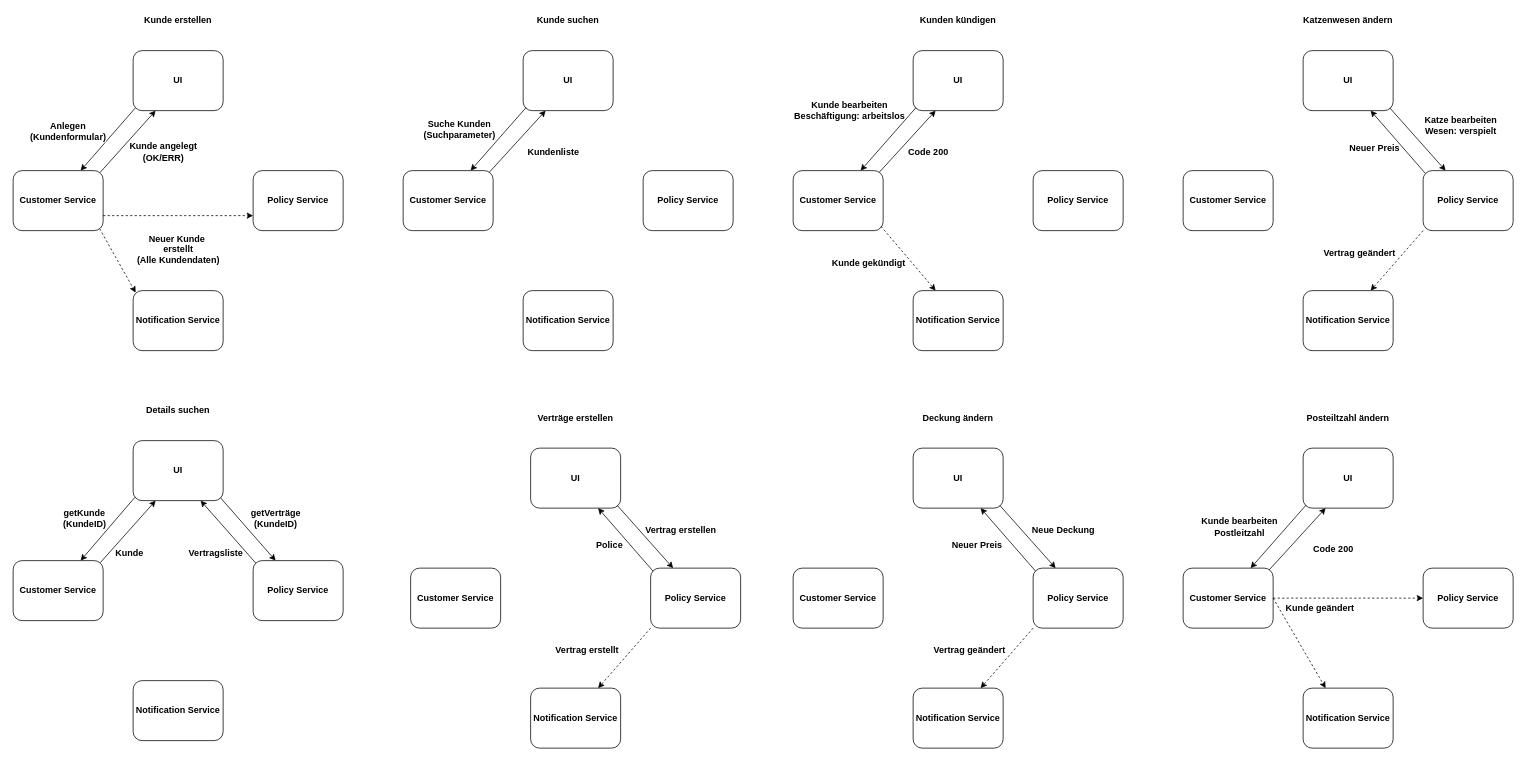
Earlier version of the draw.io diagram EDA/EDA_Ablauf.drawio (danieland2606/Bachelorprojekt). Source tidied: cells renumbered, new cells numbered last; positions are measured from the earlier drawing's top-left corner, leaving out a move shared by most shapes. Both pictures are drawn from the tidied source at 75%, with x=0, y=0 at pixel (13, 13).
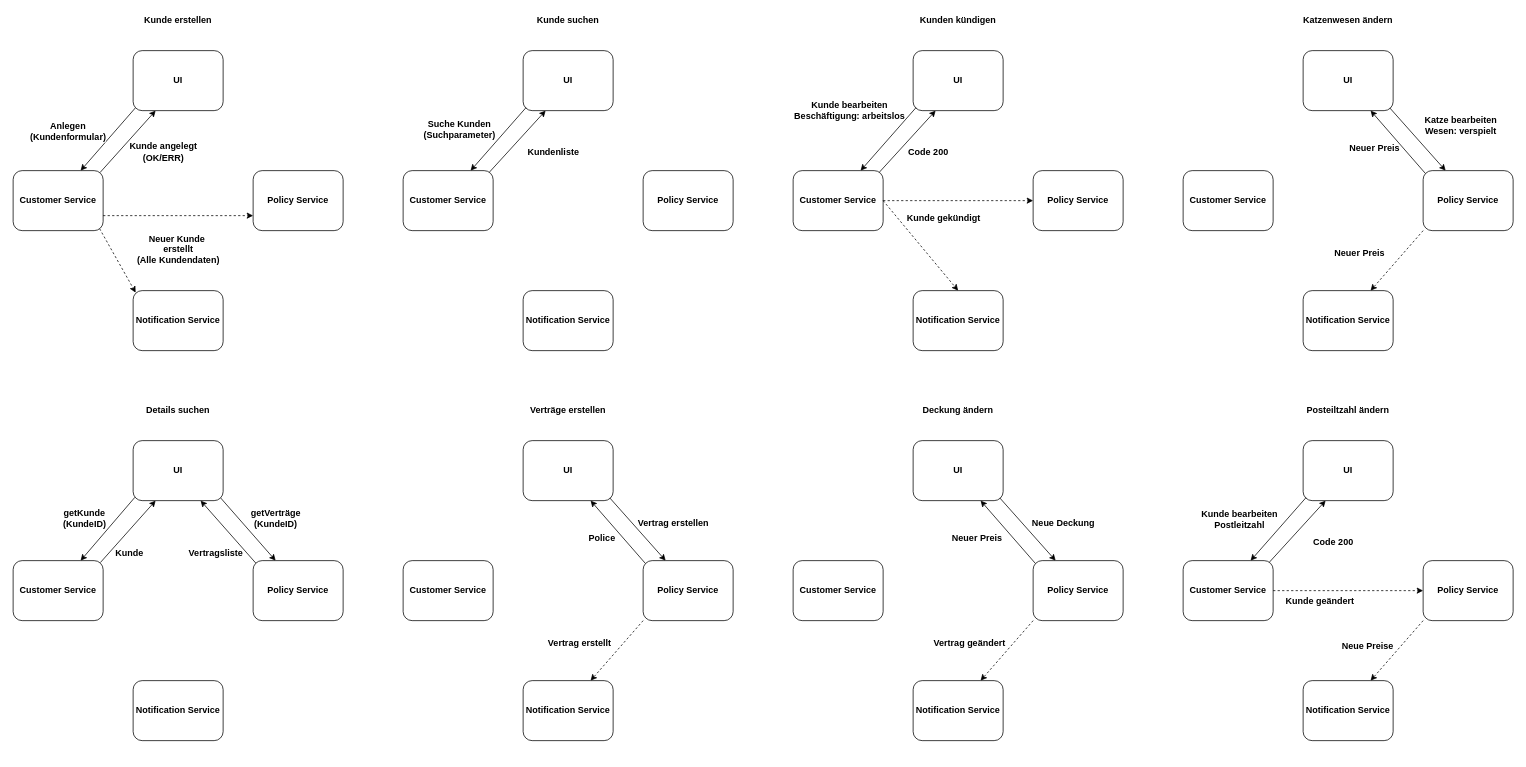
The same page after the edit.

The change refers to these unchanged cells:
```xml
<mxCell id="68" style="group;fontStyle=1;fontSize=12;" parent="1" vertex="1">
  <mxGeometry x="1040" width="440" height="450" as="geometry" />
</mxCell>
<mxCell id="70" value="Notification Service" style="rounded=1;whiteSpace=wrap;html=1;fontStyle=1;fontSize=12;" parent="68" vertex="1">
  <mxGeometry x="160" y="370" width="120" height="80" as="geometry" />
</mxCell>
<mxCell id="72" value="Customer Service" style="rounded=1;whiteSpace=wrap;html=1;fontStyle=1;fontSize=12;" parent="68" vertex="1">
  <mxGeometry y="210" width="120" height="80" as="geometry" />
</mxCell>
<mxCell id="73" value="Policy Service" style="rounded=1;whiteSpace=wrap;html=1;fontStyle=1;fontSize=12;" parent="68" vertex="1">
  <mxGeometry x="320" y="210" width="120" height="80" as="geometry" />
</mxCell>
<mxCell id="83" value="Notification Service" style="rounded=1;whiteSpace=wrap;html=1;fontStyle=1;fontSize=12;" parent="81" vertex="1">
  <mxGeometry x="160" y="370" width="120" height="80" as="geometry" />
</mxCell>
<mxCell id="85" value="Customer Service" style="rounded=1;whiteSpace=wrap;html=1;fontStyle=1;fontSize=12;" parent="81" vertex="1">
  <mxGeometry y="210" width="120" height="80" as="geometry" />
</mxCell>
<mxCell id="86" value="Policy Service" style="rounded=1;whiteSpace=wrap;html=1;fontStyle=1;fontSize=12;" parent="81" vertex="1">
  <mxGeometry x="320" y="210" width="120" height="80" as="geometry" />
</mxCell>
<mxCell id="95" style="group;fontStyle=1;fontSize=12;" parent="1" vertex="1">
  <mxGeometry x="1560" width="440" height="450" as="geometry" />
</mxCell>
```

Change to the diagram source:
```diff
@@
     <mxCell id="27" style="group;fontStyle=1;fontSize=12;" parent="1" vertex="1">
-      <mxGeometry x="1040" y="530" width="440" height="450" as="geometry" />
+      <mxGeometry x="1040" y="520" width="440" height="450" as="geometry" />
     </mxCell>
@@
     <mxCell id="55" style="group;fontStyle=1;fontSize=12;" parent="1" vertex="1">
-      <mxGeometry x="530" y="530" width="440" height="450" as="geometry" />
+      <mxGeometry x="520" y="520" width="440" height="450" as="geometry" />
     </mxCell>
@@
-    <mxCell id="79" style="edgeStyle=none;rounded=0;jettySize=auto;html=1;exitX=0.977;exitY=0.929;exitDx=0;exitDy=0;entryX=0.25;entryY=0;entryDx=0;entryDy=0;fontSize=12;dashed=1;fontStyle=1;exitPerimeter=0;" parent="68" edge="1" source="72" target="70">
+    <mxCell id="79" style="edgeStyle=none;rounded=0;jettySize=auto;html=1;exitX=1;exitY=0.5;exitDx=0;exitDy=0;entryX=0.5;entryY=0;entryDx=0;entryDy=0;fontSize=12;dashed=1;fontStyle=1;" parent="68" edge="1" source="72" target="70">
       <mxGeometry relative="1" as="geometry" />
     </mxCell>
     <mxCell id="80" value="&lt;div style=&quot;text-align: center;&quot;&gt;&lt;span style=&quot;background-color: initial;&quot;&gt;&lt;b&gt;Kunde gekündigt&lt;/b&gt;&lt;/span&gt;&lt;/div&gt;" style="text;whiteSpace=wrap;html=1;" parent="68" vertex="1">
-      <mxGeometry x="50" y="320" width="130" height="40" as="geometry" />
+      <mxGeometry x="150" y="260" width="130" height="40" as="geometry" />
     </mxCell>
+    <mxCell id="108" style="edgeStyle=none;rounded=0;jettySize=auto;html=1;exitX=1;exitY=0.5;exitDx=0;exitDy=0;entryX=0;entryY=0.5;entryDx=0;entryDy=0;fontSize=12;dashed=1;fontStyle=1;" parent="68" edge="1" source="72" target="73">
+      <mxGeometry relative="1" as="geometry" />
+    </mxCell>
     <mxCell id="81" style="group;fontStyle=1;fontSize=12;" parent="1" vertex="1">
-      <mxGeometry x="1560" y="530" width="440" height="450" as="geometry" />
+      <mxGeometry x="1560" y="520" width="440" height="450" as="geometry" />
     </mxCell>
@@
-    <mxCell id="94" style="edgeStyle=none;rounded=0;jettySize=auto;html=1;exitX=1;exitY=0.5;exitDx=0;exitDy=0;entryX=0.25;entryY=0;entryDx=0;entryDy=0;fontSize=12;dashed=1;fontStyle=1;" parent="81" edge="1" source="85" target="83">
+    <mxCell id="94" style="edgeStyle=none;rounded=0;jettySize=auto;html=1;exitX=0;exitY=1;exitDx=0;exitDy=0;entryX=0.75;entryY=0;entryDx=0;entryDy=0;fontSize=12;dashed=1;fontStyle=1;" parent="81" edge="1" source="86" target="83">
       <mxGeometry relative="1" as="geometry" />
     </mxCell>
+    <mxCell id="109" value="&lt;span style=&quot;color: rgb(0, 0, 0); font-family: Helvetica; font-size: 12px; font-style: normal; font-variant-ligatures: normal; font-variant-caps: normal; font-weight: 700; letter-spacing: normal; orphans: 2; text-align: center; text-indent: 0px; text-transform: none; widows: 2; word-spacing: 0px; -webkit-text-stroke-width: 0px; background-color: rgb(255, 255, 255); text-decoration-thickness: initial; text-decoration-style: initial; text-decoration-color: initial; float: none; display: inline !important;&quot;&gt;Neue Preise&lt;br&gt;&lt;/span&gt;" style="text;whiteSpace=wrap;html=1;" parent="81" vertex="1">
+      <mxGeometry x="210" y="310" width="130" height="40" as="geometry" />
+    </mxCell>
@@
-    <mxCell id="107" value="Vertrag geändert" style="text;html=1;align=center;verticalAlign=middle;fontSize=12;fontStyle=1;" parent="95" vertex="1">
-      <mxGeometry x="175" y="305" width="120" height="30" as="geometry" />
+    <mxCell id="107" value="Neuer Preis" style="text;html=1;align=center;verticalAlign=middle;fontSize=12;fontStyle=1;" parent="95" vertex="1">
+      <mxGeometry x="190" y="305" width="90" height="30" as="geometry" />
     </mxCell>
```
